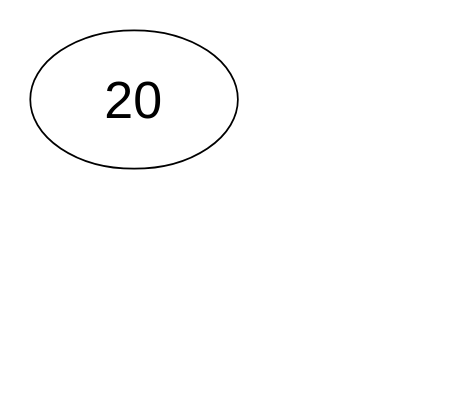
The draw.io diagram Untitled Diagram.drawio in bisensumeet/Advanced-Data-Structures-assignment, before the edit. Source tidied: cells renumbered, new cells numbered last; positions are measured from the earlier drawing's top-left corner, leaving out a move shared by most shapes. Both pictures are drawn from the tidied source at 173%, with x=0, y=0 at pixel (29, 29).
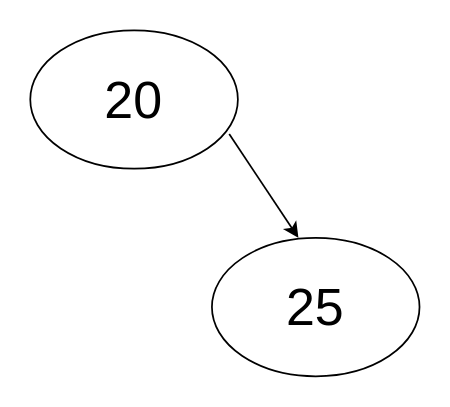
After the change.

Change to the diagram source:
```diff
@@
 <mxGraphModel>
   <root>
     <mxCell id="0" />
     <mxCell id="1" parent="0" />
     <mxCell id="2" value="&lt;font style=&quot;font-size: 30px&quot;&gt;20&lt;/font&gt;" style="ellipse;whiteSpace=wrap;html=1;" parent="1" vertex="1">
       <mxGeometry width="120" height="80" as="geometry" />
     </mxCell>
+    <mxCell id="3" style="endArrow=classic;html=1;rounded=0;fontSize=30;" parent="1" edge="1">
+      <mxGeometry relative="1" as="geometry">
+        <mxPoint x="115" y="60" as="sourcePoint" />
+        <mxPoint x="155" y="120" as="targetPoint" />
+      </mxGeometry>
+    </mxCell>
+    <mxCell id="4" value="25" style="ellipse;whiteSpace=wrap;html=1;fontSize=30;" parent="1" vertex="1">
+      <mxGeometry x="105" y="120" width="120" height="80" as="geometry" />
+    </mxCell>
   </root>
 </mxGraphModel>
```
